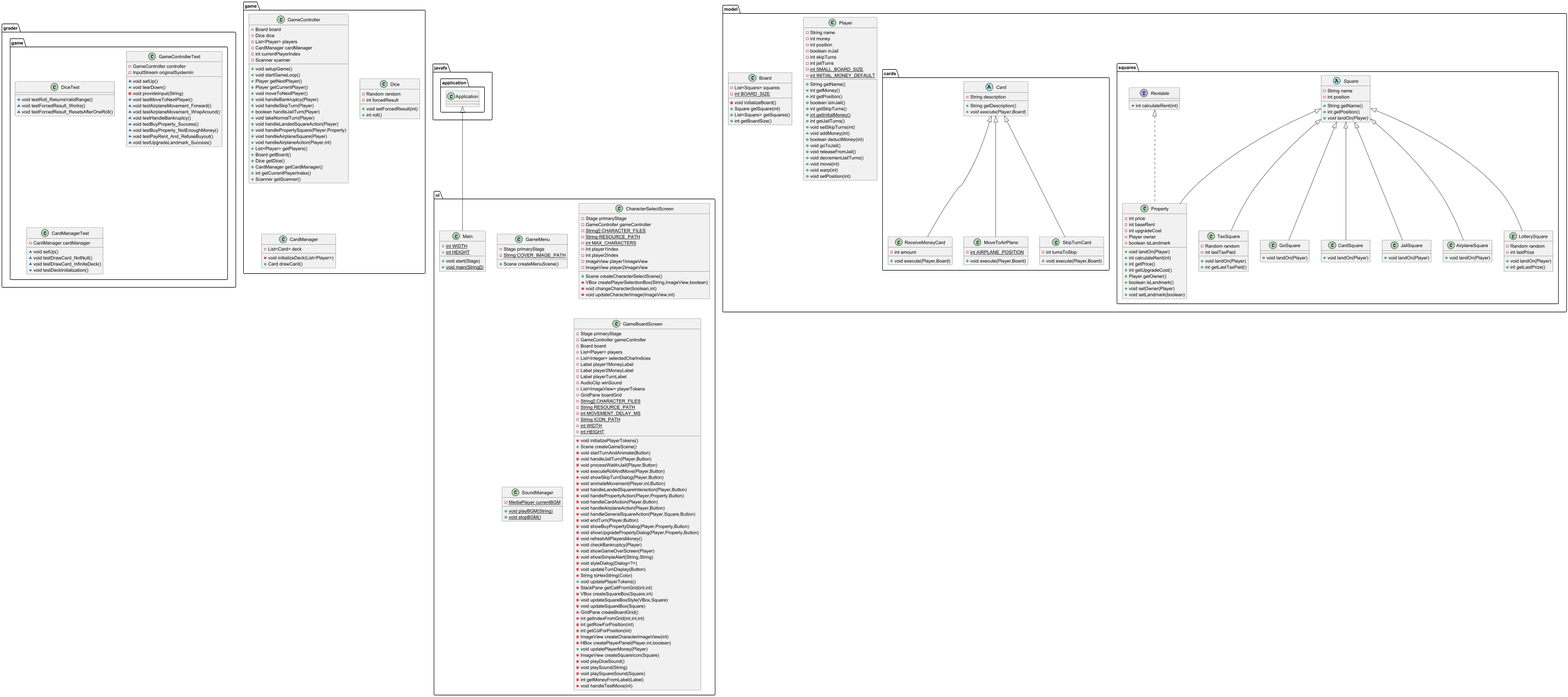
This is src/main/resources/UML.png from Boonnapod/Programming_Methodology_Project, a PlantUML export, as it was before one commit.
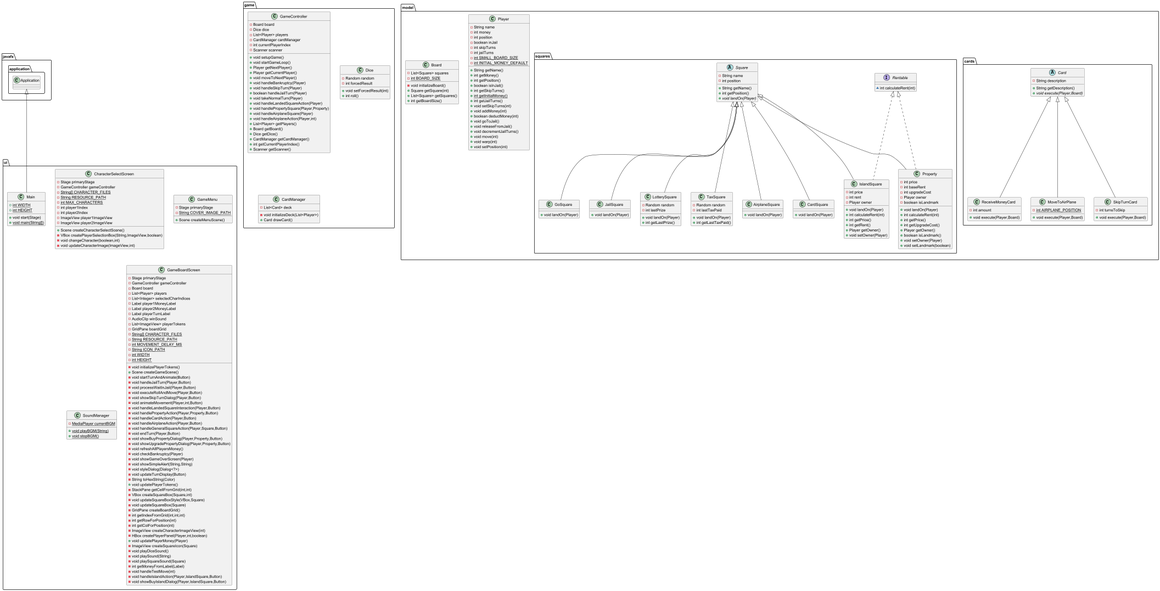
The same diagram one commit later.

Commit message:
ISLAND UML

What changed in the source:
```diff
@@ -1,60 +1,53 @@
 @startuml
-class grader.game.DiceTest {
-~ void testRoll_ReturnsValidRange()
-~ void testForcedResult_Works()
-~ void testForcedResult_ResetsAfterOneRoll()
-}
-
-class model.squares.TaxSquare {
-- Random random
-- int lastTaxPaid
-+ void landOn(Player)
-+ int getLastTaxPaid()
+class model.cards.ReceiveMoneyCard {
+- int amount
++ void execute(Player,Board)
 }
 
 
-class grader.game.GameControllerTest {
-- GameController controller
-- InputStream originalSystemIn
-~ void setUp()
-~ void tearDown()
-- void provideInput(String)
-~ void testMoveToNextPlayer()
-~ void testAirplaneMovement_Forward()
-~ void testAirplaneMovement_WrapAround()
-~ void testHandleBankruptcy()
-~ void testBuyProperty_Success()
-~ void testBuyProperty_NotEnoughMoney()
-~ void testPayRent_And_RefuseBuyout()
-~ void testUpgradeLandmark_Success()
+class model.squares.LotterySquare {
+- Random random
+- int lastPrize
++ void landOn(Player)
++ int getLastPrize()
 }
 
 
-class model.Player {
-- String name
-- int money
-- int position
-- boolean inJail
-- int skipTurns
-- int jailTurns
-- {static} int SMALL_BOARD_SIZE
-- {static} int INITIAL_MONEY_DEFAULT
-+ String getName()
-+ int getMoney()
-+ int getPosition()
-+ boolean isInJail()
-+ int getSkipTurns()
-+ {static} int getInitialMoney()
-+ int getJailTurns()
-+ void setSkipTurns(int)
-+ void addMoney(int)
-+ boolean deductMoney(int)
-+ void goToJail()
-+ void releaseFromJail()
-+ void decrementJailTurns()
-+ void move(int)
-+ void warp(int)
-+ void setPosition(int)
+class ui.CharacterSelectScreen {
+- Stage primaryStage
+- GameController gameController
+- {static} String[] CHARACTER_FILES
+- {static} String RESOURCE_PATH
+- {static} int MAX_CHARACTERS
+- int player1Index
+- int player2Index
+- ImageView player1ImageView
+- ImageView player2ImageView
++ Scene createCharacterSelectScene()
+- VBox createPlayerSelectionBox(String,ImageView,boolean)
+- void changeCharacter(boolean,int)
+- void updateCharacterImage(ImageView,int)
+}
+
+
+class model.squares.AirplaneSquare {
++ void landOn(Player)
+}
+
+interface model.squares.Rentable {
+~ int calculateRent(int)
+}
+
+abstract class model.cards.Card {
+- String description
++ String getDescription()
++ {abstract}void execute(Player,Board)
+}
+
+
+class model.cards.MoveToAirPlane {
+- {static} int AIRPLANE_POSITION
++ void execute(Player,Board)
 }
 
 
@@ -87,24 +80,23 @@
 }
 
 
-class model.squares.GoSquare {
-+ void landOn(Player)
-}
-
-class model.squares.Property {
+class model.squares.IslandSquare {
 - int price
-- int baseRent
-- int upgradeCost
+- int rent
 - Player owner
-- boolean isLandmark
 + void landOn(Player)
 + int calculateRent(int)
 + int getPrice()
-+ int getUpgradeCost()
++ int getRent()
 + Player getOwner()
-+ boolean isLandmark()
 + void setOwner(Player)
-+ void setLandmark(boolean)
+}
+
+
+class ui.GameMenu {
+- Stage primaryStage
+- {static} String COVER_IMAGE_PATH
++ Scene createMenuScene()
 }
 
 
@@ -116,37 +108,17 @@
 }
 
 
-class model.cards.ReceiveMoneyCard {
-- int amount
+class model.cards.SkipTurnCard {
+- int turnsToSkip
 + void execute(Player,Board)
 }
 
 
-class ui.GameMenu {
-- Stage primaryStage
-- {static} String COVER_IMAGE_PATH
-+ Scene createMenuScene()
-}
-
-
-class model.squares.CardSquare {
+class model.squares.TaxSquare {
+- Random random
+- int lastTaxPaid
 + void landOn(Player)
-}
-
-class ui.CharacterSelectScreen {
-- Stage primaryStage
-- GameController gameController
-- {static} String[] CHARACTER_FILES
-- {static} String RESOURCE_PATH
-- {static} int MAX_CHARACTERS
-- int player1Index
-- int player2Index
-- ImageView player1ImageView
-- ImageView player2ImageView
-+ Scene createCharacterSelectScene()
-- VBox createPlayerSelectionBox(String,ImageView,boolean)
-- void changeCharacter(boolean,int)
-- void updateCharacterImage(ImageView,int)
++ int getLastTaxPaid()
 }
 
 
@@ -157,13 +129,31 @@
 }
 
 
-class model.Board {
-- List<Square> squares
-- {static} int BOARD_SIZE
-- void initializeBoard()
-+ Square getSquare(int)
-+ List<Square> getSquares()
-+ int getBoardSize()
+class model.Player {
+- String name
+- int money
+- int position
+- boolean inJail
+- int skipTurns
+- int jailTurns
+- {static} int SMALL_BOARD_SIZE
+- {static} int INITIAL_MONEY_DEFAULT
++ String getName()
++ int getMoney()
++ int getPosition()
++ boolean isInJail()
++ int getSkipTurns()
++ {static} int getInitialMoney()
++ int getJailTurns()
++ void setSkipTurns(int)
++ void addMoney(int)
++ boolean deductMoney(int)
++ void goToJail()
++ void releaseFromJail()
++ void decrementJailTurns()
++ void move(int)
++ void warp(int)
++ void setPosition(int)
 }
 
 
@@ -226,44 +216,18 @@
 - void playSquareSound(Square)
 - int getMoneyFromLabel(Label)
 - void handleTestMove(int)
+- void handleIslandAction(Player,IslandSquare,Button)
+- void showBuyIslandDialog(Player,IslandSquare,Button)
 }
 
 
-class model.cards.MoveToAirPlane {
-- {static} int AIRPLANE_POSITION
-+ void execute(Player,Board)
-}
-
-
-class model.squares.JailSquare {
-+ void landOn(Player)
-}
-
-class ui.Main {
-+ {static} int WIDTH
-+ {static} int HEIGHT
-+ void start(Stage)
-+ {static} void main(String[])
-}
-
-
-class model.squares.AirplaneSquare {
-+ void landOn(Player)
-}
-
-class game.CardManager {
-- List<Card> deck
-- void initializeDeck(List<Player>)
-+ Card drawCard()
-}
-
-
-class grader.game.CardManagerTest {
-- CardManager cardManager
-~ void setUp()
-~ void testDrawCard_NotNull()
-~ void testDrawCard_InfiniteDeck()
-~ void testDeckInitialization()
+class model.Board {
+- List<Square> squares
+- {static} int BOARD_SIZE
+- void initializeBoard()
++ Square getSquare(int)
++ List<Square> getSquares()
++ int getBoardSize()
 }
 
 
@@ -276,43 +240,64 @@
 }
 
 
-interface model.squares.Rentable {
-~ int calculateRent(int)
-}
-
-class model.squares.LotterySquare {
-- Random random
-- int lastPrize
-+ void landOn(Player)
-+ int getLastPrize()
+class ui.Main {
++ {static} int WIDTH
++ {static} int HEIGHT
++ void start(Stage)
++ {static} void main(String[])
 }
 
 
-class model.cards.SkipTurnCard {
-- int turnsToSkip
-+ void execute(Player,Board)
+class model.squares.Property {
+- int price
+- int baseRent
+- int upgradeCost
+- Player owner
+- boolean isLandmark
++ void landOn(Player)
++ int calculateRent(int)
++ int getPrice()
++ int getUpgradeCost()
++ Player getOwner()
++ boolean isLandmark()
++ void setOwner(Player)
++ void setLandmark(boolean)
 }
 
 
-abstract class model.cards.Card {
-- String description
-+ String getDescription()
-+ {abstract}void execute(Player,Board)
+class model.squares.CardSquare {
++ void landOn(Player)
+}
+
+class model.squares.GoSquare {
++ void landOn(Player)
+}
+
+class model.squares.JailSquare {
++ void landOn(Player)
+}
+
+class game.CardManager {
+- List<Card> deck
+- void initializeDeck(List<Player>)
++ Card drawCard()
 }
 
 
 
 
+model.cards.Card <|-- model.cards.ReceiveMoneyCard
+model.squares.Square <|-- model.squares.LotterySquare
+model.squares.Square <|-- model.squares.AirplaneSquare
+model.cards.Card <|-- model.cards.MoveToAirPlane
+model.squares.Rentable <|.. model.squares.IslandSquare
+model.squares.Square <|-- model.squares.IslandSquare
+model.cards.Card <|-- model.cards.SkipTurnCard
 model.squares.Square <|-- model.squares.TaxSquare
-model.squares.Square <|-- model.squares.GoSquare
+javafx.application.Application <|-- ui.Main
 model.squares.Rentable <|.. model.squares.Property
 model.squares.Square <|-- model.squares.Property
-model.cards.Card <|-- model.cards.ReceiveMoneyCard
 model.squares.Square <|-- model.squares.CardSquare
-model.cards.Card <|-- model.cards.MoveToAirPlane
+model.squares.Square <|-- model.squares.GoSquare
 model.squares.Square <|-- model.squares.JailSquare
-javafx.application.Application <|-- ui.Main
-model.squares.Square <|-- model.squares.AirplaneSquare
-model.squares.Square <|-- model.squares.LotterySquare
-model.cards.Card <|-- model.cards.SkipTurnCard
 @enduml
```
